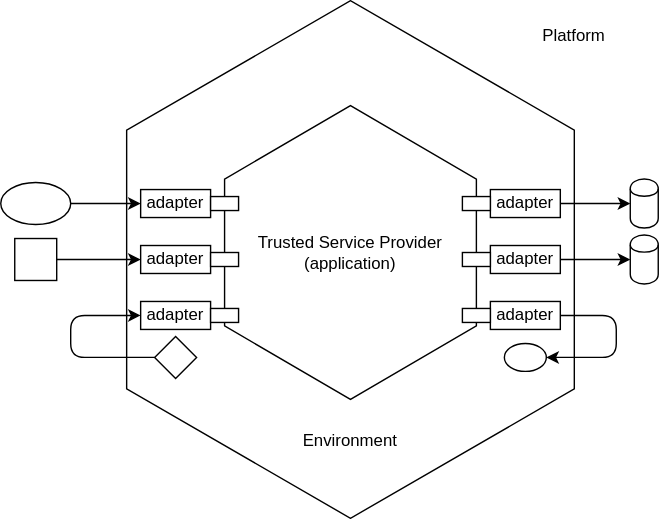
Earlier version of the draw.io export docs/developer/image/TSportabilityModel.svg (robbie-cao/trusted-services). Source tidied: cells renumbered, new cells last; positions are measured from the earlier drawing's top-left corner, leaving out a move shared by most shapes.
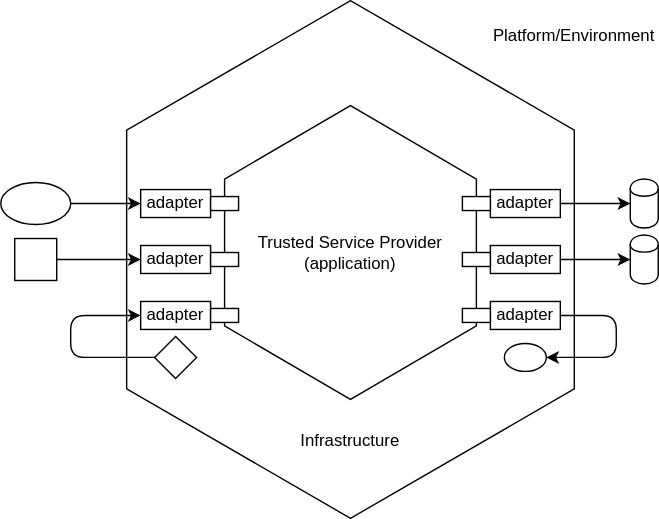
After the change.

Diff of the diagram source:
```diff
@@ -8,7 +8,7 @@
     <mxCell id="3" style="shape=hexagon;perimeter=hexagonPerimeter2;whiteSpace=wrap;html=1;direction=south;fillColor=none;" parent="1" vertex="1">
       <mxGeometry x="90" width="320" height="370" as="geometry" />
     </mxCell>
-    <mxCell id="4" value="Environment" style="text;html=1;strokeColor=none;fillColor=none;align=center;verticalAlign=middle;whiteSpace=wrap;rounded=0;" parent="1" vertex="1">
+    <mxCell id="4" value="Infrastructure" style="text;html=1;strokeColor=none;fillColor=none;align=center;verticalAlign=middle;whiteSpace=wrap;rounded=0;" parent="1" vertex="1">
       <mxGeometry x="230" y="305" width="40" height="20" as="geometry" />
     </mxCell>
     <mxCell id="5" value="adapter" style="rounded=0;whiteSpace=wrap;html=1;fillColor=none;" parent="1" vertex="1">
@@ -29,7 +29,7 @@
     <mxCell id="10" value="adapter" style="rounded=0;whiteSpace=wrap;html=1;fillColor=none;" parent="1" vertex="1">
       <mxGeometry x="100" y="215" width="50" height="20" as="geometry" />
     </mxCell>
-    <mxCell id="11" value="Platform" style="text;html=1;strokeColor=none;fillColor=none;align=center;verticalAlign=middle;whiteSpace=wrap;rounded=0;" parent="1" vertex="1">
+    <mxCell id="11" value="Platform/Environment" style="text;html=1;strokeColor=none;fillColor=none;align=center;verticalAlign=middle;whiteSpace=wrap;rounded=0;" parent="1" vertex="1">
       <mxGeometry x="390" y="15" width="40" height="20" as="geometry" />
     </mxCell>
     <mxCell id="12" style="ellipse;whiteSpace=wrap;html=1;fillColor=none;" parent="1" vertex="1">
```
